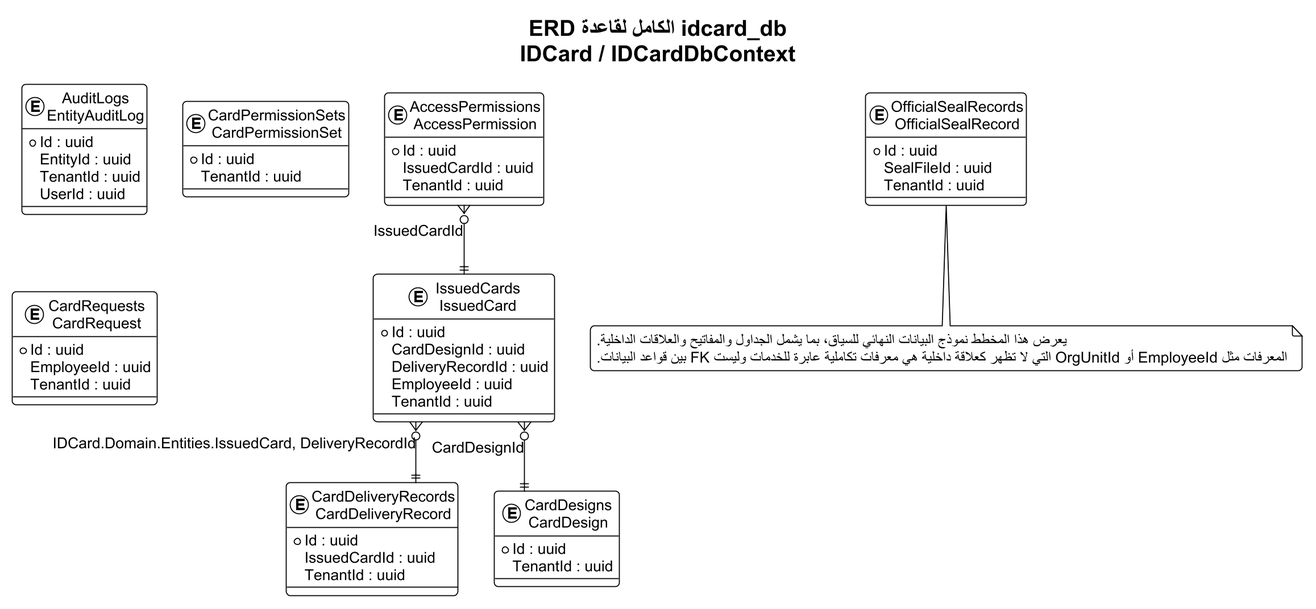
This is docs/thesis_diagrams/database_erdds/rendered/12_idcard.png from omardefdev/HRManagement, a PlantUML export, as it was before one commit. The source it was exported from:
```plantuml
@startuml
!theme plain
skinparam backgroundColor #FFFFFF
skinparam defaultFontName Arial
skinparam defaultFontSize 15
skinparam shadowing false
skinparam roundcorner 8
skinparam linetype ortho
skinparam dpi 170
skinparam EntityBorderColor #0F6B73
skinparam EntityBackgroundColor #F4FAFA
top to bottom direction
title "ERD الكامل لقاعدة idcard_db\nIDCard / IDCardDbContext"

entity "AuditLogs\nEntityAuditLog" as T01 {
  * Id : uuid
    EntityId : uuid
    TenantId : uuid
    UserId : uuid
}
entity "AccessPermissions\nAccessPermission" as T02 {
  * Id : uuid
    IssuedCardId : uuid
    TenantId : uuid
}
entity "CardDeliveryRecords\nCardDeliveryRecord" as T03 {
  * Id : uuid
    IssuedCardId : uuid
    TenantId : uuid
}
entity "CardDesigns\nCardDesign" as T04 {
  * Id : uuid
    TenantId : uuid
}
entity "CardPermissionSets\nCardPermissionSet" as T05 {
  * Id : uuid
    TenantId : uuid
}
entity "CardRequests\nCardRequest" as T06 {
  * Id : uuid
    EmployeeId : uuid
    TenantId : uuid
}
entity "IssuedCards\nIssuedCard" as T07 {
  * Id : uuid
    CardDesignId : uuid
    DeliveryRecordId : uuid
    EmployeeId : uuid
    TenantId : uuid
}
entity "OfficialSealRecords\nOfficialSealRecord" as T08 {
  * Id : uuid
    SealFileId : uuid
    TenantId : uuid
}

T02 }o--|| T07 : IssuedCardId
T07 }o--|| T04 : CardDesignId
T07 }o--|| T03 : IDCard.Domain.Entities.IssuedCard, DeliveryRecordId

note bottom
يعرض هذا المخطط نموذج البيانات النهائي للسياق، بما يشمل الجداول والمفاتيح والعلاقات الداخلية.
المعرفات مثل EmployeeId أو OrgUnitId التي لا تظهر كعلاقة داخلية هي معرفات تكاملية عابرة للخدمات وليست FK بين قواعد البيانات.
end note
@enduml
```
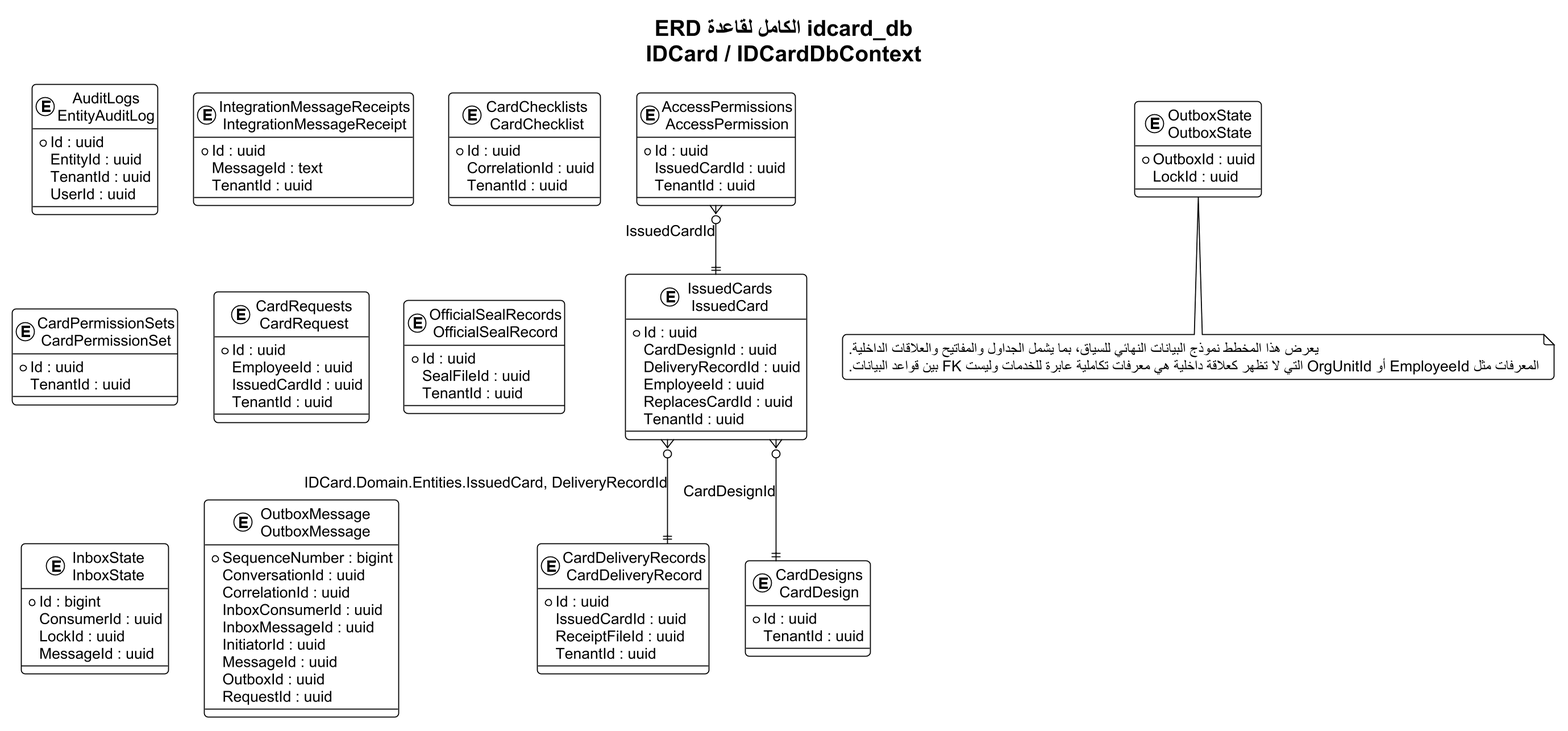
After the change.

The edit, as a diff of the source:
```diff
@@ -18,45 +18,79 @@
     TenantId : uuid
     UserId : uuid
 }
-entity "AccessPermissions\nAccessPermission" as T02 {
+entity "IntegrationMessageReceipts\nIntegrationMessageReceipt" as T02 {
+  * Id : uuid
+    MessageId : text
+    TenantId : uuid
+}
+entity "AccessPermissions\nAccessPermission" as T03 {
   * Id : uuid
     IssuedCardId : uuid
     TenantId : uuid
 }
-entity "CardDeliveryRecords\nCardDeliveryRecord" as T03 {
+entity "CardChecklists\nCardChecklist" as T04 {
   * Id : uuid
+    CorrelationId : uuid
+    TenantId : uuid
+}
+entity "CardDeliveryRecords\nCardDeliveryRecord" as T05 {
+  * Id : uuid
+    IssuedCardId : uuid
+    ReceiptFileId : uuid
+    TenantId : uuid
+}
+entity "CardDesigns\nCardDesign" as T06 {
+  * Id : uuid
+    TenantId : uuid
+}
+entity "CardPermissionSets\nCardPermissionSet" as T07 {
+  * Id : uuid
+    TenantId : uuid
+}
+entity "CardRequests\nCardRequest" as T08 {
+  * Id : uuid
+    EmployeeId : uuid
     IssuedCardId : uuid
     TenantId : uuid
 }
-entity "CardDesigns\nCardDesign" as T04 {
-  * Id : uuid
-    TenantId : uuid
-}
-entity "CardPermissionSets\nCardPermissionSet" as T05 {
-  * Id : uuid
-    TenantId : uuid
-}
-entity "CardRequests\nCardRequest" as T06 {
-  * Id : uuid
-    EmployeeId : uuid
-    TenantId : uuid
-}
-entity "IssuedCards\nIssuedCard" as T07 {
+entity "IssuedCards\nIssuedCard" as T09 {
   * Id : uuid
     CardDesignId : uuid
     DeliveryRecordId : uuid
     EmployeeId : uuid
+    ReplacesCardId : uuid
     TenantId : uuid
 }
-entity "OfficialSealRecords\nOfficialSealRecord" as T08 {
+entity "OfficialSealRecords\nOfficialSealRecord" as T10 {
   * Id : uuid
     SealFileId : uuid
     TenantId : uuid
 }
+entity "InboxState\nInboxState" as T11 {
+  * Id : bigint
+    ConsumerId : uuid
+    LockId : uuid
+    MessageId : uuid
+}
+entity "OutboxMessage\nOutboxMessage" as T12 {
+  * SequenceNumber : bigint
+    ConversationId : uuid
+    CorrelationId : uuid
+    InboxConsumerId : uuid
+    InboxMessageId : uuid
+    InitiatorId : uuid
+    MessageId : uuid
+    OutboxId : uuid
+    RequestId : uuid
+}
+entity "OutboxState\nOutboxState" as T13 {
+  * OutboxId : uuid
+    LockId : uuid
+}
 
-T02 }o--|| T07 : IssuedCardId
-T07 }o--|| T04 : CardDesignId
-T07 }o--|| T03 : IDCard.Domain.Entities.IssuedCard, DeliveryRecordId
+T03 }o--|| T09 : IssuedCardId
+T09 }o--|| T06 : CardDesignId
+T09 }o--|| T05 : IDCard.Domain.Entities.IssuedCard, DeliveryRecordId
 
 note bottom
 يعرض هذا المخطط نموذج البيانات النهائي للسياق، بما يشمل الجداول والمفاتيح والعلاقات الداخلية.
```
